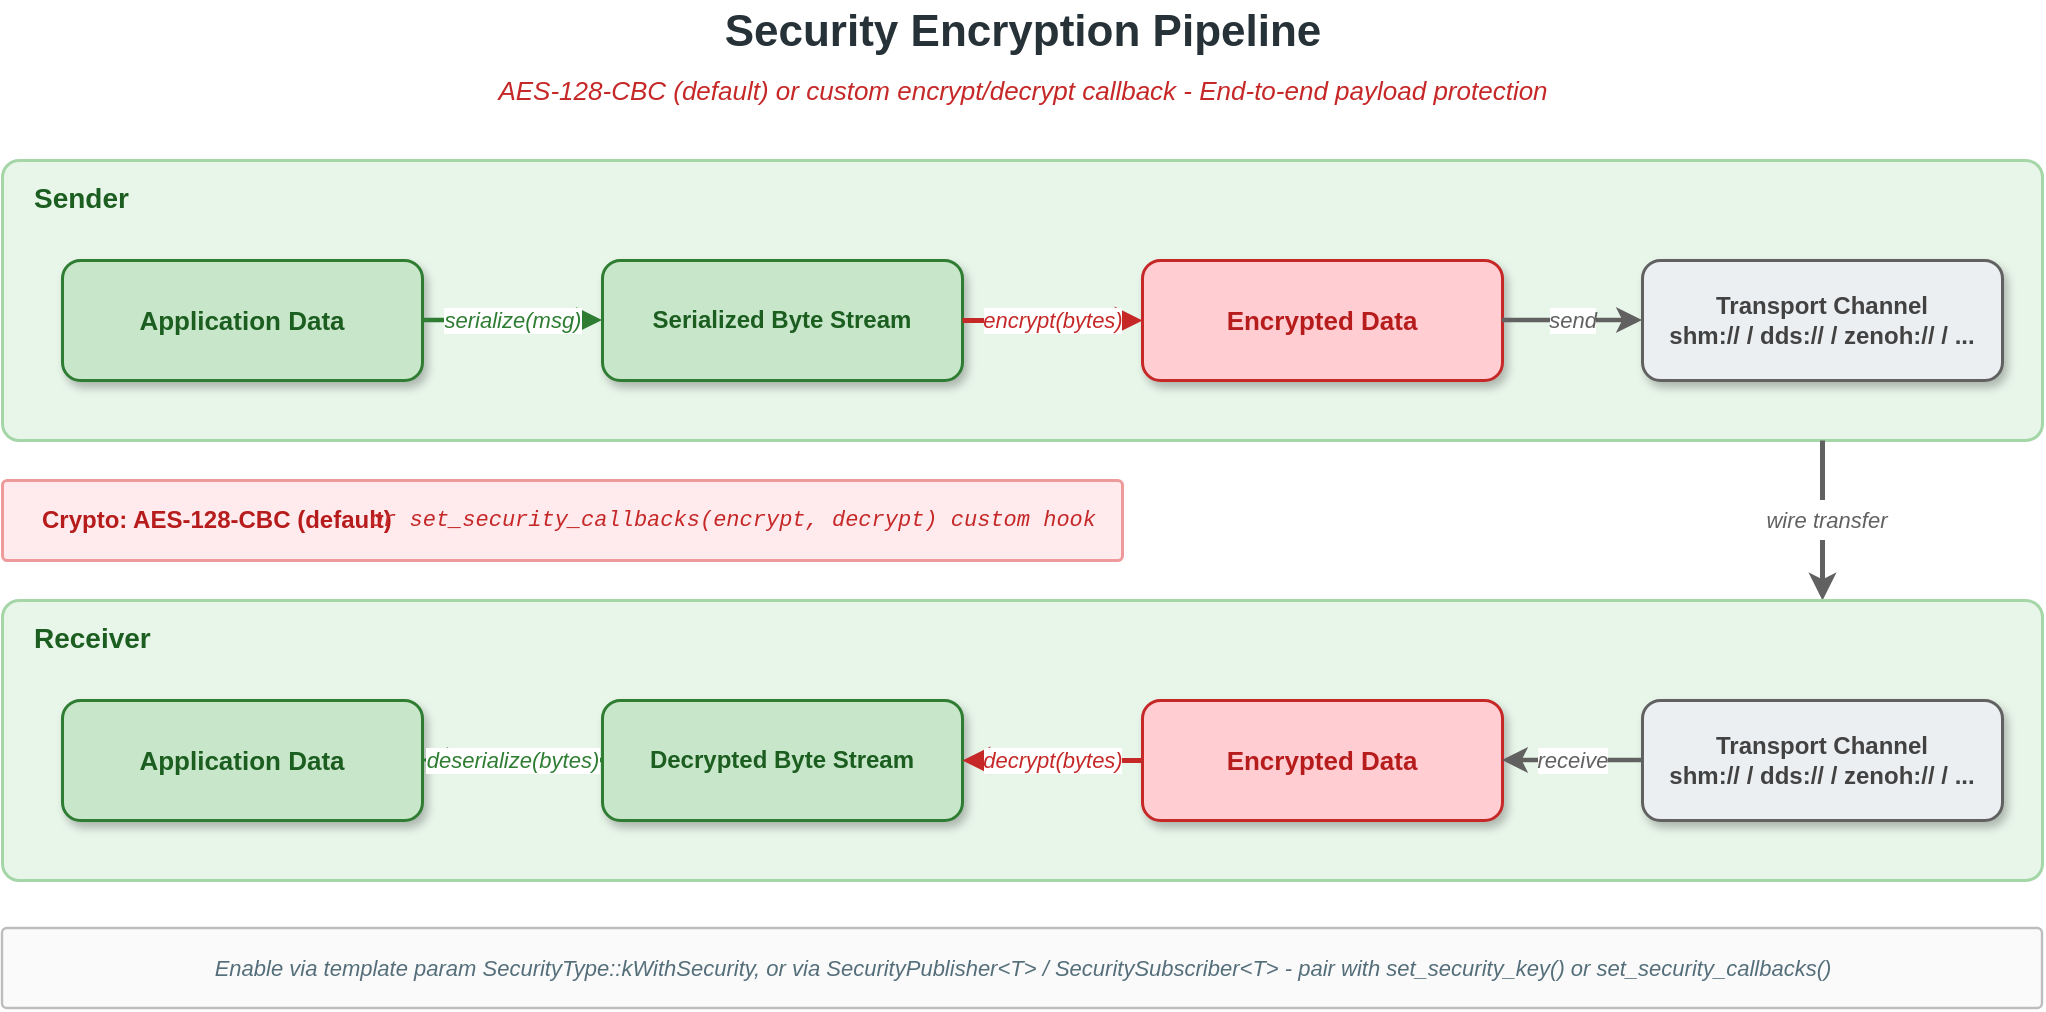
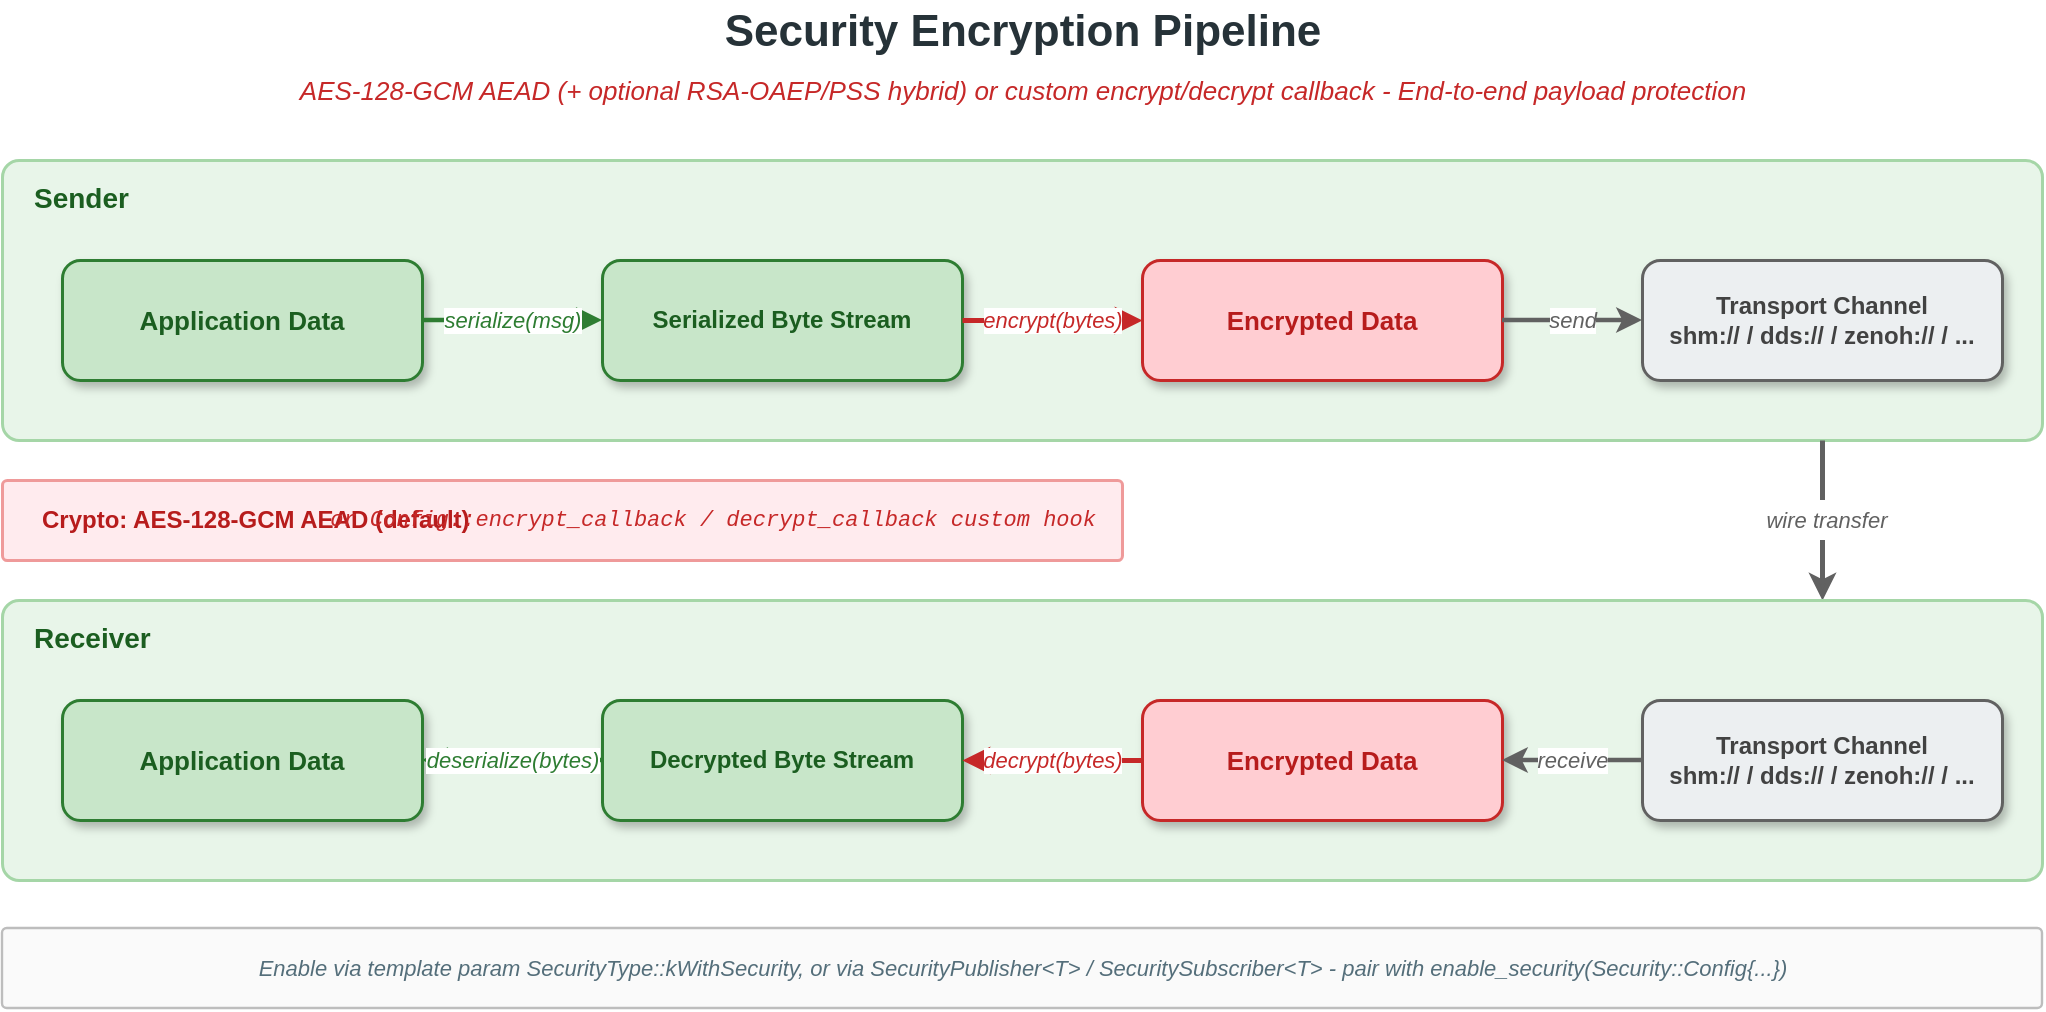
<mxfile host="app.diagrams.net" modified="2026-04-23T00:00:00.000Z" agent="Claude" version="24.0.0" type="device">
  <diagram id="security-pipeline" name="Security Pipeline">
    <mxGraphModel dx="1100" dy="560" grid="0" gridSize="10" guides="1" tooltips="1" connect="1" arrows="1" fold="1" page="1" pageScale="1" pageWidth="1100" pageHeight="560" math="0" shadow="0">
      <root>
        <mxCell id="0" />
        <mxCell id="1" parent="0" />

        <!-- Title -->
        <mxCell id="title" value="Security Encryption Pipeline" style="text;html=1;align=center;verticalAlign=middle;strokeColor=none;fillColor=none;fontSize=22;fontStyle=1;fontColor=#263238;" vertex="1" parent="1">
          <mxGeometry x="40" y="20" width="1020" height="32" as="geometry" />
        </mxCell>
-         <mxCell id="subtitle" value="AES-128-CBC (default) or custom encrypt/decrypt callback  -  End-to-end payload protection" style="text;html=1;align=center;verticalAlign=middle;strokeColor=none;fillColor=none;fontSize=13;fontStyle=2;fontColor=#c62828;" vertex="1" parent="1">
+         <mxCell id="subtitle" value="AES-128-GCM AEAD (+ optional RSA-OAEP/PSS hybrid) or custom encrypt/decrypt callback  -  End-to-end payload protection" style="text;html=1;align=center;verticalAlign=middle;strokeColor=none;fillColor=none;fontSize=13;fontStyle=2;fontColor=#c62828;" vertex="1" parent="1">
          <mxGeometry x="40" y="54" width="1020" height="22" as="geometry" />
        </mxCell>

        <!-- Sender row background -->
        <mxCell id="snd_bg" value="" style="rounded=1;whiteSpace=wrap;html=1;fillColor=#e8f5e9;strokeColor=#a5d6a7;strokeWidth=1.5;arcSize=6;" vertex="1" parent="1">
          <mxGeometry x="40" y="100" width="1020" height="140" as="geometry" />
        </mxCell>
        <mxCell id="snd_t" value="Sender" style="text;html=1;align=left;verticalAlign=middle;strokeColor=none;fillColor=none;fontSize=14;fontStyle=1;fontColor=#1b5e20;" vertex="1" parent="1">
          <mxGeometry x="54" y="108" width="200" height="22" as="geometry" />
        </mxCell>

        <!-- Sender boxes -->
        <mxCell id="s1" value="Application Data" style="rounded=1;whiteSpace=wrap;html=1;fillColor=#c8e6c9;strokeColor=#2e7d32;strokeWidth=1.5;fontSize=13;fontStyle=1;fontColor=#1b5e20;align=center;shadow=1;" vertex="1" parent="1">
          <mxGeometry x="70" y="150" width="180" height="60" as="geometry" />
        </mxCell>
        <mxCell id="s2" value="Serialized Byte Stream" style="rounded=1;whiteSpace=wrap;html=1;fillColor=#c8e6c9;strokeColor=#2e7d32;strokeWidth=1.5;fontSize=12;fontStyle=1;fontColor=#1b5e20;align=center;shadow=1;" vertex="1" parent="1">
          <mxGeometry x="340" y="150" width="180" height="60" as="geometry" />
        </mxCell>
        <mxCell id="s3" value="Encrypted Data" style="rounded=1;whiteSpace=wrap;html=1;fillColor=#ffcdd2;strokeColor=#c62828;strokeWidth=1.5;fontSize=13;fontStyle=1;fontColor=#b71c1c;align=center;shadow=1;" vertex="1" parent="1">
          <mxGeometry x="610" y="150" width="180" height="60" as="geometry" />
        </mxCell>
        <mxCell id="s4" value="Transport Channel&#10;shm:// / dds:// / zenoh:// / ..." style="rounded=1;whiteSpace=wrap;html=1;fillColor=#eceff1;strokeColor=#616161;strokeWidth=1.5;fontSize=12;fontStyle=1;fontColor=#424242;align=center;shadow=1;" vertex="1" parent="1">
          <mxGeometry x="860" y="150" width="180" height="60" as="geometry" />
        </mxCell>

        <!-- Sender arrows -->
        <mxCell id="sa1" value="serialize(msg)" style="endArrow=classic;endFill=1;html=1;strokeColor=#2e7d32;strokeWidth=2.2;fontSize=11;fontStyle=2;fontColor=#2e7d32;labelBackgroundColor=#ffffff;" edge="1" parent="1" source="s1" target="s2">
          <mxGeometry relative="1" as="geometry" />
        </mxCell>
        <mxCell id="sa2" value="encrypt(bytes)" style="endArrow=classic;endFill=1;html=1;strokeColor=#c62828;strokeWidth=2.5;fontSize=11;fontStyle=2;fontColor=#c62828;labelBackgroundColor=#ffffff;" edge="1" parent="1" source="s2" target="s3">
          <mxGeometry relative="1" as="geometry" />
        </mxCell>
        <mxCell id="sa3" value="send" style="endArrow=classic;endFill=1;html=1;strokeColor=#616161;strokeWidth=2.2;fontSize=11;fontStyle=2;fontColor=#616161;labelBackgroundColor=#ffffff;" edge="1" parent="1" source="s3" target="s4">
          <mxGeometry relative="1" as="geometry" />
        </mxCell>

        <!-- Middle: transport arrow -->
        <mxCell id="mid_arr" value="" style="endArrow=classic;endFill=1;html=1;strokeColor=#616161;strokeWidth=2.5;" edge="1" parent="1">
          <mxGeometry relative="1" as="geometry">
            <mxPoint x="950" y="240" as="sourcePoint" />
            <mxPoint x="950" y="320" as="targetPoint" />
          </mxGeometry>
        </mxCell>
        <mxCell id="mid_l" value="wire transfer" style="text;html=1;align=center;verticalAlign=middle;strokeColor=none;fillColor=#ffffff;fontSize=11;fontStyle=2;fontColor=#616161;labelBackgroundColor=#ffffff;" vertex="1" parent="1">
          <mxGeometry x="892" y="270" width="120" height="20" as="geometry" />
        </mxCell>

        <!-- Crypto note (red) -->
        <mxCell id="note_bg" value="" style="rounded=1;whiteSpace=wrap;html=1;fillColor=#ffebee;strokeColor=#ef9a9a;strokeWidth=1.5;arcSize=6;" vertex="1" parent="1">
          <mxGeometry x="40" y="260" width="560" height="40" as="geometry" />
        </mxCell>
-         <mxCell id="note_t" value="Crypto:  AES-128-CBC  (default)" style="text;html=1;align=left;verticalAlign=middle;strokeColor=none;fillColor=none;fontSize=12;fontStyle=1;fontColor=#b71c1c;" vertex="1" parent="1">
+         <mxCell id="note_t" value="Crypto:  AES-128-GCM AEAD  (default)" style="text;html=1;align=left;verticalAlign=middle;strokeColor=none;fillColor=none;fontSize=12;fontStyle=1;fontColor=#b71c1c;" vertex="1" parent="1">
          <mxGeometry x="58" y="266" width="240" height="28" as="geometry" />
        </mxCell>
-         <mxCell id="note_l" value="or set_security_callbacks(encrypt, decrypt) custom hook" style="text;html=1;align=right;verticalAlign=middle;strokeColor=none;fillColor=none;fontSize=11;fontStyle=2;fontColor=#c62828;fontFamily=Courier New;" vertex="1" parent="1">
+         <mxCell id="note_l" value="or Config::encrypt_callback / decrypt_callback custom hook" style="text;html=1;align=right;verticalAlign=middle;strokeColor=none;fillColor=none;fontSize=11;fontStyle=2;fontColor=#c62828;fontFamily=Courier New;" vertex="1" parent="1">
          <mxGeometry x="300" y="266" width="288" height="28" as="geometry" />
        </mxCell>

        <!-- Receiver row background -->
        <mxCell id="rcv_bg" value="" style="rounded=1;whiteSpace=wrap;html=1;fillColor=#e8f5e9;strokeColor=#a5d6a7;strokeWidth=1.5;arcSize=6;" vertex="1" parent="1">
          <mxGeometry x="40" y="320" width="1020" height="140" as="geometry" />
        </mxCell>
        <mxCell id="rcv_t" value="Receiver" style="text;html=1;align=left;verticalAlign=middle;strokeColor=none;fillColor=none;fontSize=14;fontStyle=1;fontColor=#1b5e20;" vertex="1" parent="1">
          <mxGeometry x="54" y="328" width="200" height="22" as="geometry" />
        </mxCell>

        <!-- Receiver boxes (right to left flow) -->
        <mxCell id="r4" value="Transport Channel&#10;shm:// / dds:// / zenoh:// / ..." style="rounded=1;whiteSpace=wrap;html=1;fillColor=#eceff1;strokeColor=#616161;strokeWidth=1.5;fontSize=12;fontStyle=1;fontColor=#424242;align=center;shadow=1;" vertex="1" parent="1">
          <mxGeometry x="860" y="370" width="180" height="60" as="geometry" />
        </mxCell>
        <mxCell id="r3" value="Encrypted Data" style="rounded=1;whiteSpace=wrap;html=1;fillColor=#ffcdd2;strokeColor=#c62828;strokeWidth=1.5;fontSize=13;fontStyle=1;fontColor=#b71c1c;align=center;shadow=1;" vertex="1" parent="1">
          <mxGeometry x="610" y="370" width="180" height="60" as="geometry" />
        </mxCell>
        <mxCell id="r2" value="Decrypted Byte Stream" style="rounded=1;whiteSpace=wrap;html=1;fillColor=#c8e6c9;strokeColor=#2e7d32;strokeWidth=1.5;fontSize=12;fontStyle=1;fontColor=#1b5e20;align=center;shadow=1;" vertex="1" parent="1">
          <mxGeometry x="340" y="370" width="180" height="60" as="geometry" />
        </mxCell>
        <mxCell id="r1" value="Application Data" style="rounded=1;whiteSpace=wrap;html=1;fillColor=#c8e6c9;strokeColor=#2e7d32;strokeWidth=1.5;fontSize=13;fontStyle=1;fontColor=#1b5e20;align=center;shadow=1;" vertex="1" parent="1">
          <mxGeometry x="70" y="370" width="180" height="60" as="geometry" />
        </mxCell>

        <!-- Receiver arrows (right to left) -->
        <mxCell id="ra1" value="receive" style="endArrow=classic;endFill=1;html=1;strokeColor=#616161;strokeWidth=2.2;fontSize=11;fontStyle=2;fontColor=#616161;labelBackgroundColor=#ffffff;" edge="1" parent="1" source="r4" target="r3">
          <mxGeometry relative="1" as="geometry" />
        </mxCell>
        <mxCell id="ra2" value="decrypt(bytes)" style="endArrow=classic;endFill=1;html=1;strokeColor=#c62828;strokeWidth=2.5;fontSize=11;fontStyle=2;fontColor=#c62828;labelBackgroundColor=#ffffff;" edge="1" parent="1" source="r3" target="r2">
          <mxGeometry relative="1" as="geometry" />
        </mxCell>
        <mxCell id="ra3" value="deserialize(bytes)" style="endArrow=classic;endFill=1;html=1;strokeColor=#2e7d32;strokeWidth=2.2;fontSize=11;fontStyle=2;fontColor=#2e7d32;labelBackgroundColor=#ffffff;" edge="1" parent="1" source="r2" target="r1">
          <mxGeometry relative="1" as="geometry" />
        </mxCell>

        <!-- Footer legend -->
        <mxCell id="foot_bg" value="" style="rounded=1;whiteSpace=wrap;html=1;fillColor=#fafafa;strokeColor=#bdbdbd;strokeWidth=1.2;arcSize=6;" vertex="1" parent="1">
          <mxGeometry x="40" y="484" width="1020" height="40" as="geometry" />
        </mxCell>
-         <mxCell id="foot_l" value="Enable via template param SecurityType::kWithSecurity, or via SecurityPublisher&amp;lt;T&amp;gt; / SecuritySubscriber&amp;lt;T&amp;gt; - pair with set_security_key() or set_security_callbacks()" style="text;html=1;align=center;verticalAlign=middle;strokeColor=none;fillColor=none;fontSize=11;fontStyle=2;fontColor=#546e7a;" vertex="1" parent="1">
+         <mxCell id="foot_l" value="Enable via template param SecurityType::kWithSecurity, or via SecurityPublisher&amp;lt;T&amp;gt; / SecuritySubscriber&amp;lt;T&amp;gt; - pair with enable_security(Security::Config{...})" style="text;html=1;align=center;verticalAlign=middle;strokeColor=none;fillColor=none;fontSize=11;fontStyle=2;fontColor=#546e7a;" vertex="1" parent="1">
          <mxGeometry x="50" y="490" width="1000" height="28" as="geometry" />
        </mxCell>

      </root>
    </mxGraphModel>
  </diagram>
</mxfile>
